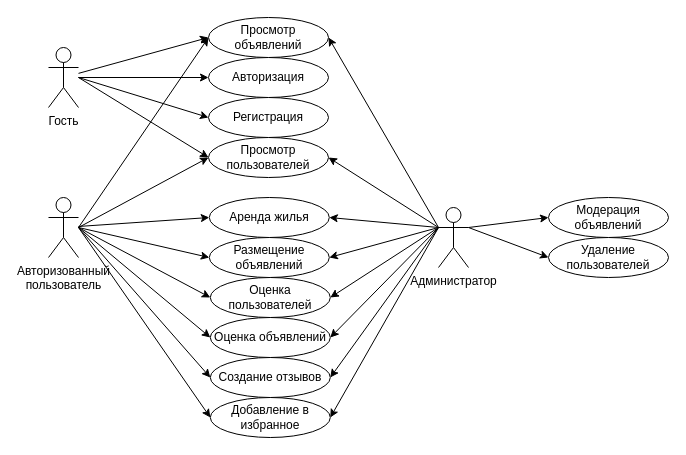
The draw.io diagram page "use-case" (1 of 5) of doc/diagrams.drawio in Pangolierchick/IU7-WEB, before the edit. Source tidied: cells renumbered, new cells numbered last; positions are measured from the earlier drawing's top-left corner, leaving out a move shared by most shapes. Both pictures are drawn from the tidied source at 100%, with x=0, y=0 at pixel (48, 17).
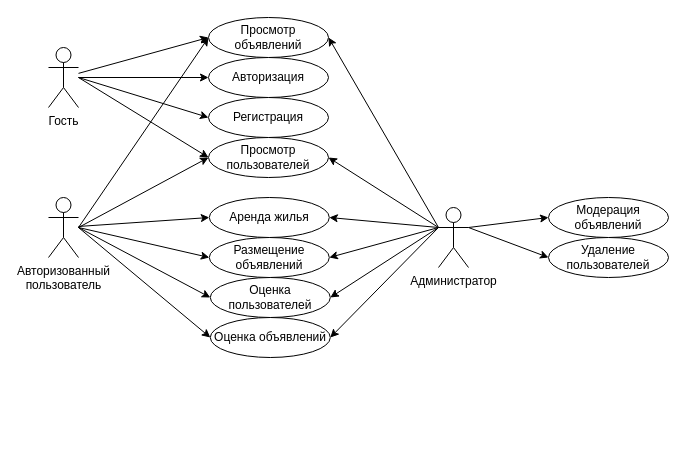
After the change.

What changed in the source:
```diff
@@
-    <mxCell id="33" value="Создание отзывов" style="ellipse;whiteSpace=wrap;html=1;labelBackgroundColor=none;rounded=0;" parent="1" vertex="1">
-      <mxGeometry x="161.8" y="340" width="120" height="40" as="geometry" />
-    </mxCell>
-    <mxCell id="34" value="Добавление в избранное" style="ellipse;whiteSpace=wrap;html=1;labelBackgroundColor=none;rounded=0;" parent="1" vertex="1">
-      <mxGeometry x="161.8" y="380" width="120" height="40" as="geometry" />
-    </mxCell>
-    <mxCell id="35" style="endArrow=classic;html=1;rounded=0;entryX=0;entryY=0.5;entryDx=0;entryDy=0;" parent="1" edge="1" target="33">
-      <mxGeometry relative="1" as="geometry">
-        <mxPoint x="30" y="210" as="sourcePoint" />
-      </mxGeometry>
-    </mxCell>
-    <mxCell id="36" style="endArrow=classic;html=1;rounded=0;entryX=0;entryY=0.5;entryDx=0;entryDy=0;" parent="1" edge="1" target="34">
-      <mxGeometry relative="1" as="geometry">
-        <mxPoint x="30" y="210" as="sourcePoint" />
-      </mxGeometry>
-    </mxCell>
-    <mxCell id="37" style="endArrow=classic;html=1;rounded=0;entryX=1;entryY=0.5;entryDx=0;entryDy=0;" parent="1" edge="1" target="33">
-      <mxGeometry relative="1" as="geometry">
-        <mxPoint x="390" y="210" as="sourcePoint" />
-      </mxGeometry>
-    </mxCell>
-    <mxCell id="38" style="endArrow=classic;html=1;rounded=0;entryX=1;entryY=0.5;entryDx=0;entryDy=0;" parent="1" edge="1" target="34">
-      <mxGeometry relative="1" as="geometry">
-        <mxPoint x="390" y="210" as="sourcePoint" />
-      </mxGeometry>
-    </mxCell>
```
